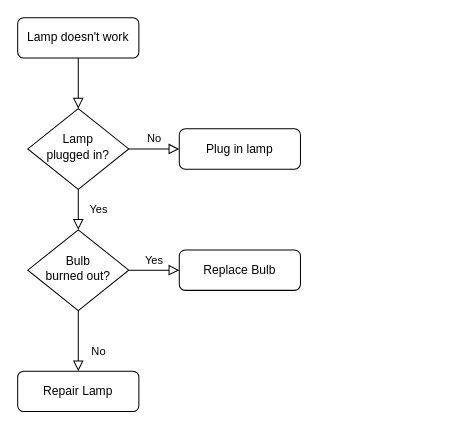
curtisolinger/blackjack keeps this draw.io diagram as Untitled Diagram.drawio. Above is the earlier version. Source tidied: cells renumbered, new cells numbered last; positions are measured from the earlier drawing's top-left corner, leaving out a move shared by most shapes. Both pictures are drawn from the tidied source at 101%, with x=0, y=0 at pixel (17, 17).
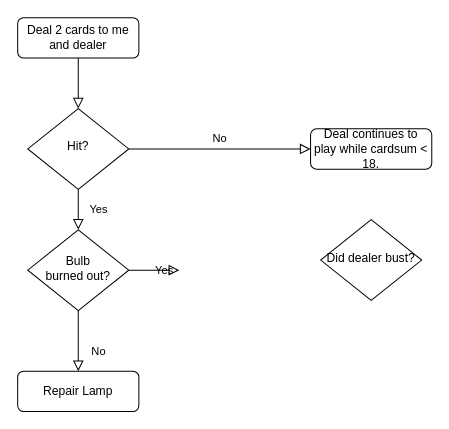
After the change.

The edit, as a diff of the source:
```diff
@@
 <mxGraphModel>
   <root>
     <mxCell id="0" />
     <mxCell id="1" parent="0" />
     <mxCell id="2" style="rounded=0;html=1;jettySize=auto;fontSize=11;endArrow=block;endFill=0;endSize=8;strokeWidth=1;shadow=0;labelBackgroundColor=none;edgeStyle=orthogonalEdgeStyle;" parent="1" edge="1" source="3" target="6">
       <mxGeometry relative="1" as="geometry" />
     </mxCell>
-    <mxCell id="3" value="Lamp doesn't work" style="rounded=1;whiteSpace=wrap;html=1;fontSize=12;glass=0;strokeWidth=1;shadow=0;" parent="1" vertex="1">
+    <mxCell id="3" value="Deal 2 cards to me and dealer" style="rounded=1;whiteSpace=wrap;html=1;fontSize=12;glass=0;strokeWidth=1;shadow=0;" parent="1" vertex="1">
       <mxGeometry width="120" height="40" as="geometry" />
     </mxCell>
     <mxCell id="4" value="Yes" style="rounded=0;html=1;jettySize=auto;fontSize=11;endArrow=block;endFill=0;endSize=8;strokeWidth=1;shadow=0;labelBackgroundColor=none;edgeStyle=orthogonalEdgeStyle;" parent="1" edge="1" source="6" target="10">
       <mxGeometry y="20" relative="1" as="geometry" />
     </mxCell>
     <mxCell id="5" value="No" style="edgeStyle=orthogonalEdgeStyle;rounded=0;html=1;jettySize=auto;fontSize=11;endArrow=block;endFill=0;endSize=8;strokeWidth=1;shadow=0;labelBackgroundColor=none;" parent="1" edge="1" source="6" target="7">
       <mxGeometry y="10" relative="1" as="geometry" />
     </mxCell>
-    <mxCell id="6" value="Lamp&lt;br&gt;plugged in?" style="rhombus;whiteSpace=wrap;html=1;shadow=0;fontFamily=Helvetica;fontSize=12;align=center;strokeWidth=1;spacing=6;spacingTop=-4;" parent="1" vertex="1">
+    <mxCell id="6" value="Hit?" style="rhombus;whiteSpace=wrap;html=1;shadow=0;fontFamily=Helvetica;fontSize=12;align=center;strokeWidth=1;spacing=6;spacingTop=-4;" parent="1" vertex="1">
       <mxGeometry x="10" y="90" width="100" height="80" as="geometry" />
     </mxCell>
-    <mxCell id="7" value="Plug in lamp" style="rounded=1;whiteSpace=wrap;html=1;fontSize=12;glass=0;strokeWidth=1;shadow=0;" parent="1" vertex="1">
-      <mxGeometry x="160" y="110" width="120" height="40" as="geometry" />
+    <mxCell id="7" value="Deal continues to play while cardsum &amp;lt; 18." style="rounded=1;whiteSpace=wrap;html=1;fontSize=12;glass=0;strokeWidth=1;shadow=0;" parent="1" vertex="1">
+      <mxGeometry x="290" y="110" width="120" height="40" as="geometry" />
     </mxCell>
     <mxCell id="8" value="No" style="rounded=0;html=1;jettySize=auto;fontSize=11;endArrow=block;endFill=0;endSize=8;strokeWidth=1;shadow=0;labelBackgroundColor=none;edgeStyle=orthogonalEdgeStyle;" parent="1" edge="1" source="10" target="11">
       <mxGeometry x="0.33" y="20" relative="1" as="geometry" />
     </mxCell>
-    <mxCell id="9" value="Yes" style="edgeStyle=orthogonalEdgeStyle;rounded=0;html=1;jettySize=auto;fontSize=11;endArrow=block;endFill=0;endSize=8;strokeWidth=1;shadow=0;labelBackgroundColor=none;" parent="1" edge="1" source="10" target="12">
-      <mxGeometry y="10" relative="1" as="geometry" />
+    <mxCell id="9" value="Yes" style="edgeStyle=orthogonalEdgeStyle;rounded=0;html=1;jettySize=auto;fontSize=11;endArrow=block;endFill=0;endSize=8;strokeWidth=1;shadow=0;labelBackgroundColor=none;" parent="1" edge="1" source="10">
+      <mxGeometry y="10" relative="1" as="geometry">
+        <mxPoint x="160" y="250" as="targetPoint" />
+      </mxGeometry>
     </mxCell>
     <mxCell id="10" value="Bulb&lt;br&gt;burned out?" style="rhombus;whiteSpace=wrap;html=1;shadow=0;fontFamily=Helvetica;fontSize=12;align=center;strokeWidth=1;spacing=6;spacingTop=-4;" parent="1" vertex="1">
       <mxGeometry x="10" y="210" width="100" height="80" as="geometry" />
     </mxCell>
     <mxCell id="11" value="Repair Lamp" style="rounded=1;whiteSpace=wrap;html=1;fontSize=12;glass=0;strokeWidth=1;shadow=0;" parent="1" vertex="1">
       <mxGeometry y="350" width="120" height="40" as="geometry" />
     </mxCell>
-    <mxCell id="12" value="Replace Bulb" style="rounded=1;whiteSpace=wrap;html=1;fontSize=12;glass=0;strokeWidth=1;shadow=0;" parent="1" vertex="1">
-      <mxGeometry x="160" y="230" width="120" height="40" as="geometry" />
-    </mxCell>
+    <mxCell id="13" value="Did dealer bust?" style="rhombus;whiteSpace=wrap;html=1;shadow=0;fontFamily=Helvetica;fontSize=12;align=center;strokeWidth=1;spacing=6;spacingTop=-4;" parent="1" vertex="1">
+      <mxGeometry x="300" y="200" width="100" height="80" as="geometry" />
+    </mxCell>
   </root>
 </mxGraphModel>
```
